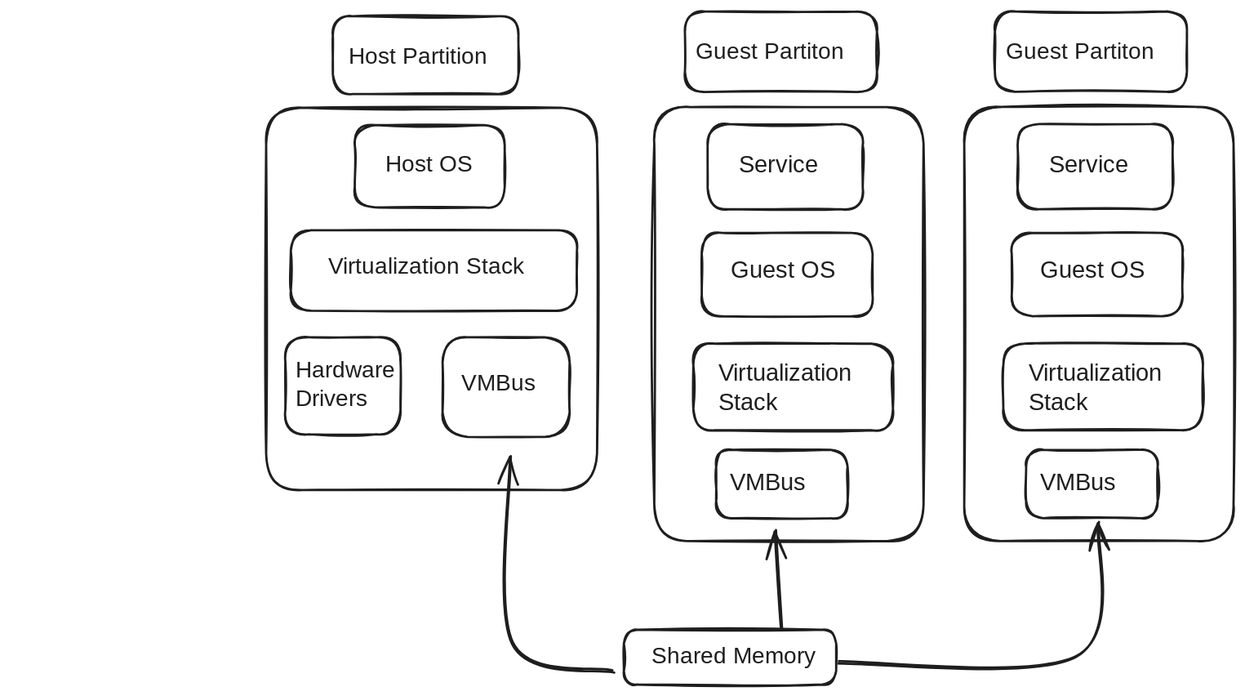
Before: Notes Factory/Semister 5/CLD/qb/rough.excalidraw.svg, a diagram exported from Excalidraw (P7XCKD/NF). Source tidied: one line per element, renumbered; positions are measured from the earlier drawing's top-left corner, leaving out a move shared by most shapes.
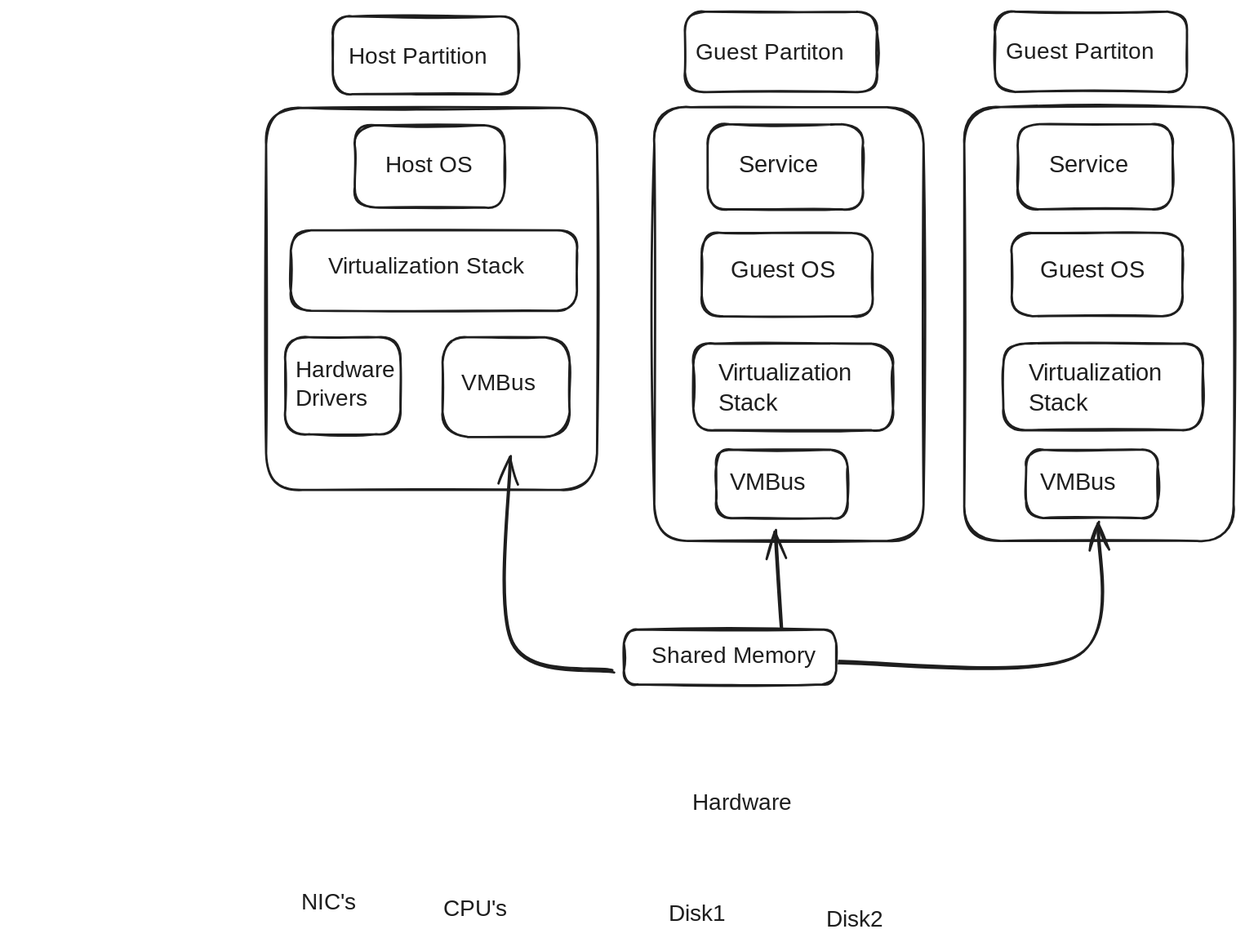
Later version of the same file.

What changed in the source:
```diff
@@ -36,3 +36,8 @@
 {"id": 35, "type": "arrow", "strokeColor": "#1e1e1e", "backgroundColor": "#ffffff", "fillStyle": "solid", "strokeWidth": 2, "roughness": 1, "endArrowhead": "arrow", "round": true, "to": 31, "x": 495, "y": 569, "width": 234, "height": 123, "points": [[0, 0], [213, -4], [234, -123]]}
 {"id": 36, "type": "rectangle", "strokeColor": "#1e1e1e", "backgroundColor": "#ffffff", "fillStyle": "solid", "strokeWidth": 2, "roughness": 1, "round": true, "x": 313, "y": 541, "width": 186, "height": 48}
 {"id": 37, "type": "text", "text": "Shared Memory", "strokeColor": "#1e1e1e", "strokeWidth": 2, "roughness": 1, "fontSize": 20, "fontFamily": 5, "x": 337, "y": 552, "width": 146, "height": 25}
+{"id": 38, "type": "text", "text": "Hardware", "strokeColor": "#1e1e1e", "backgroundColor": "#ffffff", "fillStyle": "solid", "strokeWidth": 2, "roughness": 1, "fontSize": 20, "fontFamily": 5, "x": 373, "y": 681, "width": 87, "height": 25}
+{"id": 39, "type": "text", "text": "NIC's", "strokeColor": "#1e1e1e", "backgroundColor": "#ffffff", "fillStyle": "solid", "strokeWidth": 2, "roughness": 1, "fontSize": 20, "fontFamily": 5, "x": 30, "y": 768, "width": 51, "height": 25}
+{"id": 40, "type": "text", "text": "CPU's", "strokeColor": "#1e1e1e", "backgroundColor": "#ffffff", "fillStyle": "solid", "strokeWidth": 2, "roughness": 1, "fontSize": 20, "fontFamily": 5, "x": 155, "y": 774, "width": 56, "height": 25}
+{"id": 41, "type": "text", "text": "Disk1", "strokeColor": "#1e1e1e", "backgroundColor": "#ffffff", "fillStyle": "solid", "strokeWidth": 2, "roughness": 1, "fontSize": 20, "fontFamily": 5, "x": 352, "y": 778, "width": 51, "height": 25}
+{"id": 42, "type": "text", "text": "Disk2", "strokeColor": "#1e1e1e", "backgroundColor": "#ffffff", "fillStyle": "solid", "strokeWidth": 2, "roughness": 1, "fontSize": 20, "fontFamily": 5, "x": 490, "y": 783, "width": 56, "height": 25}
```
